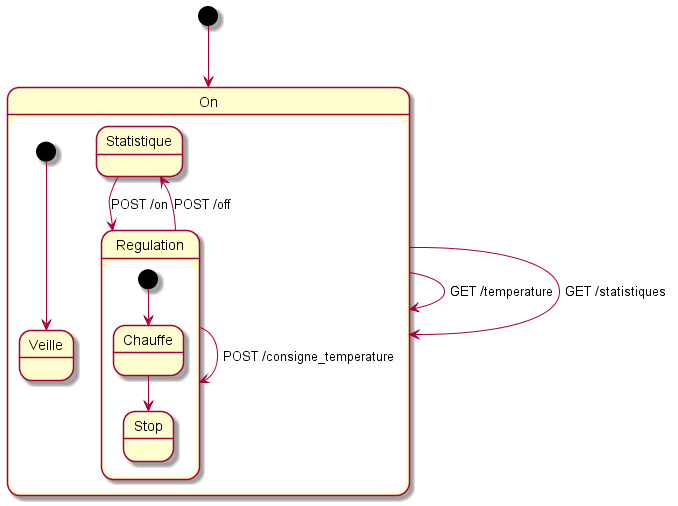
The PlantUML diagram Doc/automate_principal.png in amoweb/ThermostatConnecte, before a commit. Its diagram source:
```plantuml
@startuml

[*] --> On

state On {
  [*] --> Veille
  Statistique --> Regulation : POST /on
  Regulation --> Statistique : POST /off
  Regulation --> Regulation : POST /consigne_temperature
  state Regulation {
      [*] --> Chauffe
      Chauffe --> Stop
  }
}

On --> On : GET /temperature
On --> On : GET /statistiques

@enduml
```
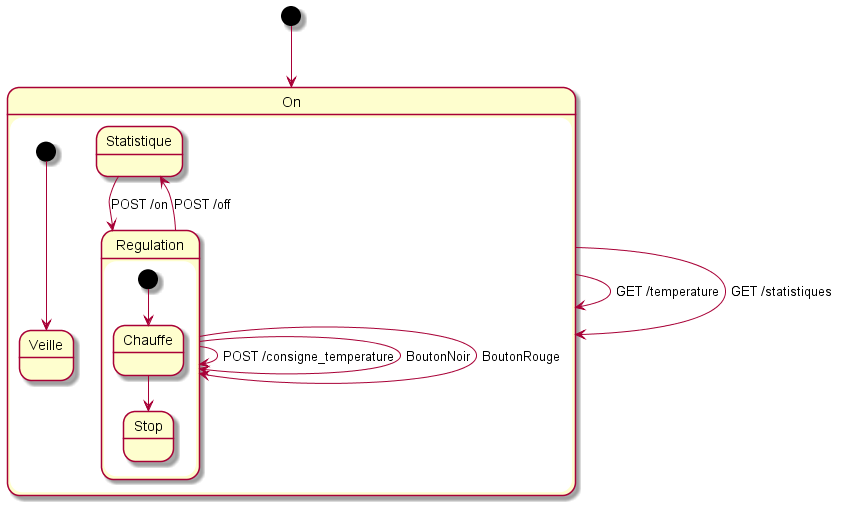
The same diagram one commit later.

Change to the diagram source:
```diff
@@ -7,6 +7,8 @@
   Statistique --> Regulation : POST /on
   Regulation --> Statistique : POST /off
   Regulation --> Regulation : POST /consigne_temperature
+  Regulation --> Regulation : BoutonNoir
+  Regulation --> Regulation : BoutonRouge
   state Regulation {
       [*] --> Chauffe
       Chauffe --> Stop
@@ -16,4 +18,5 @@
 On --> On : GET /temperature
 On --> On : GET /statistiques
 
+
 @enduml
```
